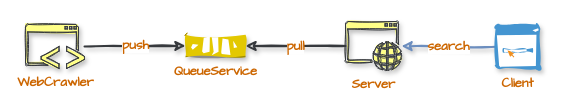
Earlier version of the draw.io diagram page "design" (1 of 3) of res/design.drawio (vincent-scw/mysearchengine). Source tidied: cells renumbered, new cells numbered last; positions are measured from the earlier drawing's top-left corner, leaving out a move shared by most shapes. Both pictures are drawn from the tidied source at 100%, with x=0, y=0 at pixel (25, 21).
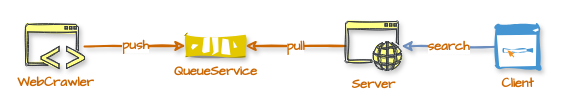
Above is the later version.

What changed in the source:
```diff
@@
 <mxGraphModel>
   <root>
     <mxCell id="0" />
     <mxCell id="1" parent="0" />
     <mxCell id="2" value="QueueService" style="outlineConnect=0;dashed=0;verticalLabelPosition=bottom;verticalAlign=top;align=center;html=1;shape=mxgraph.aws3.queue;fontFamily=Comic Sans MS;fontStyle=1;fontSize=13;labelBorderColor=none;labelBackgroundColor=none;fillColor=#e3c800;strokeColor=#B09500;shadow=1;sketch=1;fontColor=#CC6600;fillStyle=solid;" parent="1" vertex="1">
       <mxGeometry x="160" y="13.2" width="60" height="22.5" as="geometry" />
     </mxCell>
     <mxCell id="3" value="search" style="edgeStyle=orthogonalEdgeStyle;jettySize=auto;html=1;fontFamily=Comic Sans MS;fontSize=13;fontColor=#CC6600;strokeWidth=2;endArrow=classic;endFill=0;gradientColor=#7ea6e0;fillColor=#dae8fc;strokeColor=#6c8ebf;shadow=1;sketch=1;rounded=0;fontStyle=1;" parent="1" edge="1" source="4" target="6">
       <mxGeometry relative="1" as="geometry" />
     </mxCell>
     <mxCell id="4" value="Client" style="shadow=1;dashed=0;html=1;strokeColor=none;fillColor=#4495D1;labelPosition=center;verticalLabelPosition=bottom;verticalAlign=top;align=center;outlineConnect=0;shape=mxgraph.veeam.2d.web_console;fontFamily=Comic Sans MS;fontStyle=1;fontSize=13;labelBorderColor=none;labelBackgroundColor=none;fontColor=#CC6600;sketch=1;fillStyle=solid;" parent="1" vertex="1">
       <mxGeometry x="470" y="2.9" width="44.8" height="44.8" as="geometry" />
     </mxCell>
-    <mxCell id="5" value="pull" style="edgeStyle=orthogonalEdgeStyle;rounded=0;jettySize=auto;html=1;fontFamily=Comic Sans MS;fontSize=13;fontColor=#CC6600;endArrow=classic;endFill=0;strokeWidth=2;fillColor=#ffff88;strokeColor=#36393d;shadow=1;sketch=1;fontStyle=1;" parent="1" edge="1" source="6" target="2">
+    <mxCell id="5" value="pull" style="edgeStyle=orthogonalEdgeStyle;rounded=0;jettySize=auto;html=1;fontFamily=Comic Sans MS;fontSize=13;fontColor=#CC6600;endArrow=classic;endFill=0;strokeWidth=2;fillColor=#ffcd28;shadow=1;sketch=1;fontStyle=1;gradientColor=#ffa500;strokeColor=#CC6600;" parent="1" edge="1" source="6" target="2">
       <mxGeometry relative="1" as="geometry" />
     </mxCell>
     <mxCell id="6" value="Server" style="shadow=1;dashed=0;html=1;fillColor=#ffff88;labelPosition=center;verticalLabelPosition=bottom;verticalAlign=top;outlineConnect=0;align=center;shape=mxgraph.office.concepts.application_web;fontFamily=Comic Sans MS;fontStyle=1;fontSize=13;labelBorderColor=none;labelBackgroundColor=none;strokeColor=#36393d;sketch=1;fontColor=#CC6600;fillStyle=solid;" parent="1" vertex="1">
       <mxGeometry x="320" width="56" height="49" as="geometry" />
     </mxCell>
-    <mxCell id="7" value="push" style="edgeStyle=orthogonalEdgeStyle;rounded=0;jettySize=auto;html=1;fontFamily=Comic Sans MS;fontSize=13;fontColor=#CC6600;endArrow=classic;endFill=0;fillColor=#ffff88;strokeColor=#36393d;strokeWidth=2;shadow=1;sketch=1;fontStyle=1;" parent="1" edge="1" source="8" target="2">
+    <mxCell id="7" value="push" style="edgeStyle=orthogonalEdgeStyle;rounded=0;jettySize=auto;html=1;fontFamily=Comic Sans MS;fontSize=13;fontColor=#CC6600;endArrow=classic;endFill=0;fillColor=#ffcd28;strokeWidth=2;shadow=1;sketch=1;fontStyle=1;gradientColor=#ffa500;strokeColor=#CC6600;" parent="1" edge="1" source="8" target="2">
       <mxGeometry relative="1" as="geometry" />
     </mxCell>
     <mxCell id="8" value="WebCrawler" style="shadow=1;dashed=0;html=1;fillColor=#ffff88;labelPosition=center;verticalLabelPosition=bottom;verticalAlign=top;outlineConnect=0;align=center;shape=mxgraph.office.concepts.application_hybrid;fontFamily=Comic Sans MS;fontStyle=1;fontSize=13;labelBorderColor=none;labelBackgroundColor=none;strokeColor=#36393d;sketch=1;fontColor=#CC6600;fillStyle=solid;" parent="1" vertex="1">
       <mxGeometry y="2.9" width="59" height="44" as="geometry" />
     </mxCell>
   </root>
 </mxGraphModel>
```
